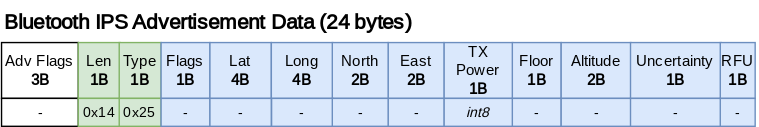
Above: slides/iot2023/images/bluetooth_ips.svg in SemBeacon/sembeacon.org (draw.io), before the change. Source tidied: cells renumbered, new cells last; positions are measured from the earlier drawing's top-left corner, leaving out a move shared by most shapes.
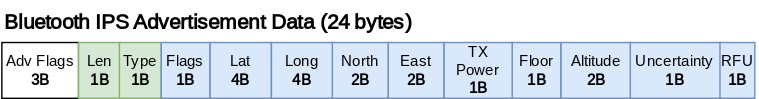
The same diagram one commit later.

The edit, as a diff of the source:
```diff
@@ -8,80 +8,41 @@
     <mxCell id="3" value="Adv Flags&lt;br style=&quot;font-size: 11px;&quot;&gt;&lt;b style=&quot;font-size: 11px;&quot;&gt;3B&lt;/b&gt;" style="rounded=0;whiteSpace=wrap;html=1;fontFamily=Inconsolata;fontSource=https%3A%2F%2Ffonts.googleapis.com%2Fcss%3Ffamily%3DInconsolata;fontSize=11;" parent="1" vertex="1">
       <mxGeometry x="-0.3" y="30" width="55" height="40" as="geometry" />
     </mxCell>
-    <mxCell id="4" value="-" style="rounded=0;whiteSpace=wrap;html=1;fontFamily=Inconsolata;fontSource=https%3A%2F%2Ffonts.googleapis.com%2Fcss%3Ffamily%3DInconsolata;fontSize=10;" parent="1" vertex="1">
-      <mxGeometry x="-0.3" y="70" width="55" height="20" as="geometry" />
+    <mxCell id="4" value="Len&lt;br style=&quot;font-size: 11px;&quot;&gt;&lt;b style=&quot;font-size: 11px;&quot;&gt;1B&lt;/b&gt;" style="rounded=0;whiteSpace=wrap;html=1;fontFamily=Inconsolata;fontSource=https%3A%2F%2Ffonts.googleapis.com%2Fcss%3Ffamily%3DInconsolata;fontSize=11;fillColor=#d5e8d4;strokeColor=#82b366;" parent="1" vertex="1">
+      <mxGeometry x="54.7" y="30" width="30" height="40" as="geometry" />
     </mxCell>
-    <mxCell id="5" value="Len&lt;br style=&quot;font-size: 11px;&quot;&gt;&lt;b style=&quot;font-size: 11px;&quot;&gt;1B&lt;/b&gt;" style="rounded=0;whiteSpace=wrap;html=1;fontFamily=Inconsolata;fontSource=https%3A%2F%2Ffonts.googleapis.com%2Fcss%3Ffamily%3DInconsolata;fontSize=11;fillColor=#d5e8d4;strokeColor=#82b366;" parent="1" vertex="1">
-      <mxGeometry x="54.7" y="30" width="30" height="40" as="geometry" />
+    <mxCell id="5" value="Type&lt;br style=&quot;font-size: 11px;&quot;&gt;&lt;b style=&quot;font-size: 11px;&quot;&gt;1B&lt;/b&gt;" style="rounded=0;whiteSpace=wrap;html=1;fontFamily=Inconsolata;fontSource=https%3A%2F%2Ffonts.googleapis.com%2Fcss%3Ffamily%3DInconsolata;fontSize=11;fillColor=#d5e8d4;strokeColor=#82b366;" parent="1" vertex="1">
+      <mxGeometry x="84" y="30" width="30" height="40" as="geometry" />
     </mxCell>
-    <mxCell id="6" value="0x14" style="rounded=0;whiteSpace=wrap;html=1;fontFamily=Inconsolata;fontSource=https%3A%2F%2Ffonts.googleapis.com%2Fcss%3Ffamily%3DInconsolata;fontSize=10;fillColor=#d5e8d4;strokeColor=#82b366;" parent="1" vertex="1">
-      <mxGeometry x="54.7" y="70" width="30" height="20" as="geometry" />
+    <mxCell id="6" value="&lt;span style=&quot;font-size: 11px;&quot;&gt;Flags&lt;br&gt;&lt;/span&gt;&lt;b style=&quot;font-size: 11px;&quot;&gt;1B&lt;/b&gt;" style="rounded=0;whiteSpace=wrap;html=1;fontFamily=Inconsolata;fontSource=https%3A%2F%2Ffonts.googleapis.com%2Fcss%3Ffamily%3DInconsolata;fontSize=11;fillColor=#dae8fc;strokeColor=#6c8ebf;" parent="1" vertex="1">
+      <mxGeometry x="114" y="30" width="35" height="40" as="geometry" />
     </mxCell>
-    <mxCell id="7" value="Type&lt;br style=&quot;font-size: 11px;&quot;&gt;&lt;b style=&quot;font-size: 11px;&quot;&gt;1B&lt;/b&gt;" style="rounded=0;whiteSpace=wrap;html=1;fontFamily=Inconsolata;fontSource=https%3A%2F%2Ffonts.googleapis.com%2Fcss%3Ffamily%3DInconsolata;fontSize=11;fillColor=#d5e8d4;strokeColor=#82b366;" parent="1" vertex="1">
-      <mxGeometry x="84" y="30" width="30" height="40" as="geometry" />
+    <mxCell id="7" value="Lat&lt;br&gt;&lt;b&gt;4B&lt;/b&gt;" style="rounded=0;whiteSpace=wrap;html=1;fontFamily=Inconsolata;fontSource=https%3A%2F%2Ffonts.googleapis.com%2Fcss%3Ffamily%3DInconsolata;fontSize=11;fillColor=#dae8fc;strokeColor=#6c8ebf;" parent="1" vertex="1">
+      <mxGeometry x="149" y="30" width="44" height="40" as="geometry" />
     </mxCell>
-    <mxCell id="8" value="0x25" style="rounded=0;whiteSpace=wrap;html=1;fontFamily=Inconsolata;fontSource=https%3A%2F%2Ffonts.googleapis.com%2Fcss%3Ffamily%3DInconsolata;fontSize=10;fillColor=#d5e8d4;strokeColor=#82b366;" parent="1" vertex="1">
-      <mxGeometry x="84" y="70" width="30" height="20" as="geometry" />
+    <mxCell id="8" value="TX Power&lt;br&gt;&lt;b&gt;1B&lt;/b&gt;" style="rounded=0;whiteSpace=wrap;html=1;fontFamily=Inconsolata;fontSource=https%3A%2F%2Ffonts.googleapis.com%2Fcss%3Ffamily%3DInconsolata;fontSize=11;fillColor=#dae8fc;strokeColor=#6c8ebf;" parent="1" vertex="1">
+      <mxGeometry x="316.7" y="30" width="49.3" height="40" as="geometry" />
     </mxCell>
-    <mxCell id="9" value="&lt;span style=&quot;font-size: 11px;&quot;&gt;Flags&lt;br&gt;&lt;/span&gt;&lt;b style=&quot;font-size: 11px;&quot;&gt;1B&lt;/b&gt;" style="rounded=0;whiteSpace=wrap;html=1;fontFamily=Inconsolata;fontSource=https%3A%2F%2Ffonts.googleapis.com%2Fcss%3Ffamily%3DInconsolata;fontSize=11;fillColor=#dae8fc;strokeColor=#6c8ebf;" parent="1" vertex="1">
-      <mxGeometry x="114" y="30" width="35" height="40" as="geometry" />
+    <mxCell id="9" value="&lt;span style=&quot;font-size: 11px;&quot;&gt;Floor&lt;br&gt;&lt;/span&gt;&lt;b style=&quot;font-size: 11px;&quot;&gt;1B&lt;/b&gt;" style="rounded=0;whiteSpace=wrap;html=1;fontFamily=Inconsolata;fontSource=https%3A%2F%2Ffonts.googleapis.com%2Fcss%3Ffamily%3DInconsolata;fontSize=11;fillColor=#dae8fc;strokeColor=#6c8ebf;" parent="1" vertex="1">
+      <mxGeometry x="365.7" y="30" width="35" height="40" as="geometry" />
     </mxCell>
-    <mxCell id="10" value="-" style="rounded=0;whiteSpace=wrap;html=1;fontFamily=Inconsolata;fontSource=https%3A%2F%2Ffonts.googleapis.com%2Fcss%3Ffamily%3DInconsolata;fontSize=10;fillColor=#dae8fc;strokeColor=#6c8ebf;" parent="1" vertex="1">
-      <mxGeometry x="114" y="70" width="35" height="20" as="geometry" />
+    <mxCell id="10" value="&lt;span style=&quot;font-size: 11px;&quot;&gt;Altitude&lt;br&gt;&lt;/span&gt;&lt;b style=&quot;font-size: 11px;&quot;&gt;2B&lt;/b&gt;" style="rounded=0;whiteSpace=wrap;html=1;fontFamily=Inconsolata;fontSource=https%3A%2F%2Ffonts.googleapis.com%2Fcss%3Ffamily%3DInconsolata;fontSize=11;fillColor=#dae8fc;strokeColor=#6c8ebf;" parent="1" vertex="1">
+      <mxGeometry x="400.7" y="30" width="50" height="40" as="geometry" />
     </mxCell>
-    <mxCell id="11" value="Lat&lt;br&gt;&lt;b&gt;4B&lt;/b&gt;" style="rounded=0;whiteSpace=wrap;html=1;fontFamily=Inconsolata;fontSource=https%3A%2F%2Ffonts.googleapis.com%2Fcss%3Ffamily%3DInconsolata;fontSize=11;fillColor=#dae8fc;strokeColor=#6c8ebf;" parent="1" vertex="1">
-      <mxGeometry x="149" y="30" width="44" height="40" as="geometry" />
+    <mxCell id="11" value="&lt;span style=&quot;font-size: 11px;&quot;&gt;Uncertainty&lt;br&gt;&lt;/span&gt;&lt;b style=&quot;font-size: 11px;&quot;&gt;1B&lt;/b&gt;" style="rounded=0;whiteSpace=wrap;html=1;fontFamily=Inconsolata;fontSource=https%3A%2F%2Ffonts.googleapis.com%2Fcss%3Ffamily%3DInconsolata;fontSize=11;fillColor=#dae8fc;strokeColor=#6c8ebf;" parent="1" vertex="1">
+      <mxGeometry x="450.4" y="30" width="65" height="40" as="geometry" />
     </mxCell>
-    <mxCell id="12" value="TX Power&lt;br&gt;&lt;b&gt;1B&lt;/b&gt;" style="rounded=0;whiteSpace=wrap;html=1;fontFamily=Inconsolata;fontSource=https%3A%2F%2Ffonts.googleapis.com%2Fcss%3Ffamily%3DInconsolata;fontSize=11;fillColor=#dae8fc;strokeColor=#6c8ebf;" parent="1" vertex="1">
-      <mxGeometry x="316.7" y="30" width="49.3" height="40" as="geometry" />
+    <mxCell id="12" value="&lt;span style=&quot;font-size: 11px;&quot;&gt;RFU&lt;br&gt;&lt;/span&gt;&lt;b style=&quot;font-size: 11px;&quot;&gt;1B&lt;/b&gt;" style="rounded=0;whiteSpace=wrap;html=1;fontFamily=Inconsolata;fontSource=https%3A%2F%2Ffonts.googleapis.com%2Fcss%3Ffamily%3DInconsolata;fontSize=11;fillColor=#dae8fc;strokeColor=#6c8ebf;" parent="1" vertex="1">
+      <mxGeometry x="514.7" y="30" width="25" height="40" as="geometry" />
     </mxCell>
-    <mxCell id="13" value="int8" style="rounded=0;whiteSpace=wrap;html=1;fontFamily=Inconsolata;fontSource=https%3A%2F%2Ffonts.googleapis.com%2Fcss%3Ffamily%3DInconsolata;fontSize=10;fillColor=#dae8fc;strokeColor=#6c8ebf;fontStyle=2;" parent="1" vertex="1">
-      <mxGeometry x="316.7" y="70" width="49.3" height="20" as="geometry" />
+    <mxCell id="13" value="Long&lt;br&gt;&lt;b&gt;4B&lt;/b&gt;" style="rounded=0;whiteSpace=wrap;html=1;fontFamily=Inconsolata;fontSource=https%3A%2F%2Ffonts.googleapis.com%2Fcss%3Ffamily%3DInconsolata;fontSize=11;fillColor=#dae8fc;strokeColor=#6c8ebf;" parent="1" vertex="1">
+      <mxGeometry x="193" y="30" width="44" height="40" as="geometry" />
     </mxCell>
-    <mxCell id="14" value="&lt;span style=&quot;font-size: 11px;&quot;&gt;Floor&lt;br&gt;&lt;/span&gt;&lt;b style=&quot;font-size: 11px;&quot;&gt;1B&lt;/b&gt;" style="rounded=0;whiteSpace=wrap;html=1;fontFamily=Inconsolata;fontSource=https%3A%2F%2Ffonts.googleapis.com%2Fcss%3Ffamily%3DInconsolata;fontSize=11;fillColor=#dae8fc;strokeColor=#6c8ebf;" parent="1" vertex="1">
-      <mxGeometry x="365.7" y="30" width="35" height="40" as="geometry" />
+    <mxCell id="14" value="East&lt;br&gt;&lt;b&gt;2B&lt;/b&gt;" style="rounded=0;whiteSpace=wrap;html=1;fontFamily=Inconsolata;fontSource=https%3A%2F%2Ffonts.googleapis.com%2Fcss%3Ffamily%3DInconsolata;fontSize=11;fillColor=#dae8fc;strokeColor=#6c8ebf;" parent="1" vertex="1">
+      <mxGeometry x="276.7" y="30" width="40" height="40" as="geometry" />
     </mxCell>
-    <mxCell id="15" value="-" style="rounded=0;whiteSpace=wrap;html=1;fontFamily=Inconsolata;fontSource=https%3A%2F%2Ffonts.googleapis.com%2Fcss%3Ffamily%3DInconsolata;fontSize=10;fillColor=#dae8fc;strokeColor=#6c8ebf;" parent="1" vertex="1">
-      <mxGeometry x="365.7" y="70" width="35" height="20" as="geometry" />
+    <mxCell id="15" value="North&lt;br&gt;&lt;b&gt;2B&lt;/b&gt;" style="rounded=0;whiteSpace=wrap;html=1;fontFamily=Inconsolata;fontSource=https%3A%2F%2Ffonts.googleapis.com%2Fcss%3Ffamily%3DInconsolata;fontSize=11;fillColor=#dae8fc;strokeColor=#6c8ebf;" parent="1" vertex="1">
+      <mxGeometry x="236.7" y="30" width="40" height="40" as="geometry" />
     </mxCell>
-    <mxCell id="16" value="&lt;span style=&quot;font-size: 11px;&quot;&gt;Altitude&lt;br&gt;&lt;/span&gt;&lt;b style=&quot;font-size: 11px;&quot;&gt;2B&lt;/b&gt;" style="rounded=0;whiteSpace=wrap;html=1;fontFamily=Inconsolata;fontSource=https%3A%2F%2Ffonts.googleapis.com%2Fcss%3Ffamily%3DInconsolata;fontSize=11;fillColor=#dae8fc;strokeColor=#6c8ebf;" parent="1" vertex="1">
-      <mxGeometry x="400.7" y="30" width="50" height="40" as="geometry" />
-    </mxCell>
-    <mxCell id="17" value="-" style="rounded=0;whiteSpace=wrap;html=1;fontFamily=Inconsolata;fontSource=https%3A%2F%2Ffonts.googleapis.com%2Fcss%3Ffamily%3DInconsolata;fontSize=10;fillColor=#dae8fc;strokeColor=#6c8ebf;" parent="1" vertex="1">
-      <mxGeometry x="400.7" y="70" width="50" height="20" as="geometry" />
-    </mxCell>
-    <mxCell id="18" value="&lt;span style=&quot;font-size: 11px;&quot;&gt;Uncertainty&lt;br&gt;&lt;/span&gt;&lt;b style=&quot;font-size: 11px;&quot;&gt;1B&lt;/b&gt;" style="rounded=0;whiteSpace=wrap;html=1;fontFamily=Inconsolata;fontSource=https%3A%2F%2Ffonts.googleapis.com%2Fcss%3Ffamily%3DInconsolata;fontSize=11;fillColor=#dae8fc;strokeColor=#6c8ebf;" parent="1" vertex="1">
-      <mxGeometry x="450.4" y="30" width="65" height="40" as="geometry" />
-    </mxCell>
-    <mxCell id="19" value="-" style="rounded=0;whiteSpace=wrap;html=1;fontFamily=Inconsolata;fontSource=https%3A%2F%2Ffonts.googleapis.com%2Fcss%3Ffamily%3DInconsolata;fontSize=10;fillColor=#dae8fc;strokeColor=#6c8ebf;" parent="1" vertex="1">
-      <mxGeometry x="450.4" y="70" width="65" height="20" as="geometry" />
-    </mxCell>
-    <mxCell id="20" value="&lt;span style=&quot;font-size: 11px;&quot;&gt;RFU&lt;br&gt;&lt;/span&gt;&lt;b style=&quot;font-size: 11px;&quot;&gt;1B&lt;/b&gt;" style="rounded=0;whiteSpace=wrap;html=1;fontFamily=Inconsolata;fontSource=https%3A%2F%2Ffonts.googleapis.com%2Fcss%3Ffamily%3DInconsolata;fontSize=11;fillColor=#dae8fc;strokeColor=#6c8ebf;" parent="1" vertex="1">
-      <mxGeometry x="514.7" y="30" width="25" height="40" as="geometry" />
-    </mxCell>
-    <mxCell id="21" value="-" style="rounded=0;whiteSpace=wrap;html=1;fontFamily=Inconsolata;fontSource=https%3A%2F%2Ffonts.googleapis.com%2Fcss%3Ffamily%3DInconsolata;fontSize=10;fillColor=#dae8fc;strokeColor=#6c8ebf;" parent="1" vertex="1">
-      <mxGeometry x="514.7" y="70" width="25" height="20" as="geometry" />
-    </mxCell>
-    <mxCell id="22" value="Long&lt;br&gt;&lt;b&gt;4B&lt;/b&gt;" style="rounded=0;whiteSpace=wrap;html=1;fontFamily=Inconsolata;fontSource=https%3A%2F%2Ffonts.googleapis.com%2Fcss%3Ffamily%3DInconsolata;fontSize=11;fillColor=#dae8fc;strokeColor=#6c8ebf;" parent="1" vertex="1">
-      <mxGeometry x="193" y="30" width="44" height="40" as="geometry" />
-    </mxCell>
-    <mxCell id="23" value="East&lt;br&gt;&lt;b&gt;2B&lt;/b&gt;" style="rounded=0;whiteSpace=wrap;html=1;fontFamily=Inconsolata;fontSource=https%3A%2F%2Ffonts.googleapis.com%2Fcss%3Ffamily%3DInconsolata;fontSize=11;fillColor=#dae8fc;strokeColor=#6c8ebf;" parent="1" vertex="1">
-      <mxGeometry x="276.7" y="30" width="40" height="40" as="geometry" />
-    </mxCell>
-    <mxCell id="24" value="-" style="rounded=0;whiteSpace=wrap;html=1;fontFamily=Inconsolata;fontSource=https%3A%2F%2Ffonts.googleapis.com%2Fcss%3Ffamily%3DInconsolata;fontSize=10;fillColor=#dae8fc;strokeColor=#6c8ebf;" parent="1" vertex="1">
-      <mxGeometry x="276.7" y="70" width="40" height="20" as="geometry" />
-    </mxCell>
-    <mxCell id="25" value="North&lt;br&gt;&lt;b&gt;2B&lt;/b&gt;" style="rounded=0;whiteSpace=wrap;html=1;fontFamily=Inconsolata;fontSource=https%3A%2F%2Ffonts.googleapis.com%2Fcss%3Ffamily%3DInconsolata;fontSize=11;fillColor=#dae8fc;strokeColor=#6c8ebf;" parent="1" vertex="1">
-      <mxGeometry x="236.7" y="30" width="40" height="40" as="geometry" />
-    </mxCell>
-    <mxCell id="26" value="-" style="rounded=0;whiteSpace=wrap;html=1;fontFamily=Inconsolata;fontSource=https%3A%2F%2Ffonts.googleapis.com%2Fcss%3Ffamily%3DInconsolata;fontSize=10;fillColor=#dae8fc;strokeColor=#6c8ebf;" parent="1" vertex="1">
-      <mxGeometry x="149" y="70" width="44" height="20" as="geometry" />
-    </mxCell>
-    <mxCell id="27" value="-" style="rounded=0;whiteSpace=wrap;html=1;fontFamily=Inconsolata;fontSource=https%3A%2F%2Ffonts.googleapis.com%2Fcss%3Ffamily%3DInconsolata;fontSize=10;fillColor=#dae8fc;strokeColor=#6c8ebf;" parent="1" vertex="1">
-      <mxGeometry x="193.2" y="70" width="44" height="20" as="geometry" />
-    </mxCell>
-    <mxCell id="28" value="-" style="rounded=0;whiteSpace=wrap;html=1;fontFamily=Inconsolata;fontSource=https%3A%2F%2Ffonts.googleapis.com%2Fcss%3Ffamily%3DInconsolata;fontSize=10;fillColor=#dae8fc;strokeColor=#6c8ebf;" parent="1" vertex="1">
-      <mxGeometry x="236.7" y="70" width="40" height="20" as="geometry" />
-    </mxCell>
   </root>
 </mxGraphModel>
```
